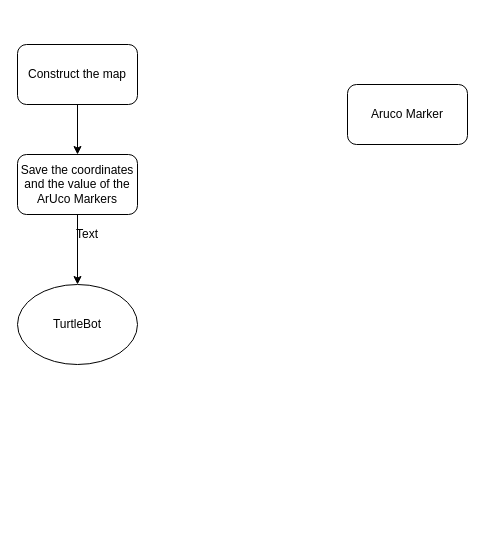
Earlier version of the draw.io diagram Untitled Diagram.drawio (ShutongJIN/turtlebot4landmark). Source tidied: cells renumbered, new cells numbered last; positions are measured from the earlier drawing's top-left corner, leaving out a move shared by most shapes. Both pictures are drawn from the tidied source at 100%, with x=0, y=0 at pixel (17, 44).
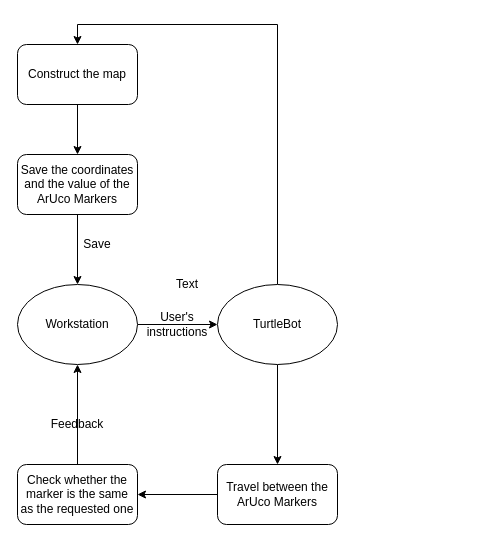
Above is the later version.

Unchanged cells that the change refers to:
```xml
<mxCell id="4" value="Construct the map" style="rounded=1;whiteSpace=wrap;html=1;" parent="1" vertex="1">
  <mxGeometry width="120" height="60" as="geometry" />
</mxCell>
```

What changed in the source:
```diff
@@
-    <mxCell id="2" value="Aruco Marker" style="rounded=1;whiteSpace=wrap;html=1;" parent="1" vertex="1">
-      <mxGeometry x="330" y="40" width="120" height="60" as="geometry" />
-    </mxCell>
@@
+    <mxCell id="9" style="edgeStyle=orthogonalEdgeStyle;rounded=0;jettySize=auto;html=1;" parent="1" edge="1" source="7" target="12">
+      <mxGeometry relative="1" as="geometry" />
+    </mxCell>
-    <mxCell id="7" value="TurtleBot" style="ellipse;whiteSpace=wrap;html=1;rounded=1;" parent="1" vertex="1">
+    <mxCell id="7" value="Workstation" style="ellipse;whiteSpace=wrap;html=1;rounded=1;" parent="1" vertex="1">
       <mxGeometry y="240" width="120" height="80" as="geometry" />
     </mxCell>
-    <mxCell id="8" value="Text" style="text;html=1;strokeColor=none;fillColor=none;align=center;verticalAlign=middle;whiteSpace=wrap;rounded=0;" parent="1" vertex="1">
-      <mxGeometry x="50" y="180" width="40" height="20" as="geometry" />
+    <mxCell id="8" value="Save" style="text;html=1;strokeColor=none;fillColor=none;align=center;verticalAlign=middle;whiteSpace=wrap;rounded=0;" parent="1" vertex="1">
+      <mxGeometry x="60" y="190" width="40" height="20" as="geometry" />
     </mxCell>
+    <mxCell id="10" style="edgeStyle=orthogonalEdgeStyle;rounded=0;jettySize=auto;html=1;" parent="1" edge="1" source="12" target="15">
+      <mxGeometry relative="1" as="geometry" />
+    </mxCell>
+    <mxCell id="11" style="edgeStyle=orthogonalEdgeStyle;rounded=0;jettySize=auto;html=1;entryX=0.5;entryY=0;entryDx=0;entryDy=0;" parent="1" edge="1" source="12" target="4">
+      <mxGeometry relative="1" as="geometry">
+        <Array as="points">
+          <mxPoint x="260" y="-20" />
+          <mxPoint x="60" y="-20" />
+        </Array>
+      </mxGeometry>
+    </mxCell>
+    <mxCell id="12" value="TurtleBot" style="ellipse;whiteSpace=wrap;html=1;rounded=1;" parent="1" vertex="1">
+      <mxGeometry x="200" y="240" width="120" height="80" as="geometry" />
+    </mxCell>
+    <mxCell id="13" value="User's instructions" style="text;html=1;strokeColor=none;fillColor=none;align=center;verticalAlign=middle;whiteSpace=wrap;rounded=0;" parent="1" vertex="1">
+      <mxGeometry x="140" y="255" width="40" height="50" as="geometry" />
+    </mxCell>
+    <mxCell id="14" style="edgeStyle=orthogonalEdgeStyle;rounded=0;jettySize=auto;html=1;" parent="1" edge="1" source="15" target="17">
+      <mxGeometry relative="1" as="geometry" />
+    </mxCell>
+    <mxCell id="15" value="Travel between the ArUco Markers" style="whiteSpace=wrap;html=1;rounded=1;" parent="1" vertex="1">
+      <mxGeometry x="200" y="420" width="120" height="60" as="geometry" />
+    </mxCell>
+    <mxCell id="16" style="edgeStyle=orthogonalEdgeStyle;rounded=0;jettySize=auto;html=1;" parent="1" edge="1" source="17" target="7">
+      <mxGeometry relative="1" as="geometry" />
+    </mxCell>
+    <mxCell id="17" value="Check whether the marker is the same as the requested one" style="whiteSpace=wrap;html=1;rounded=1;" parent="1" vertex="1">
+      <mxGeometry y="420" width="120" height="60" as="geometry" />
+    </mxCell>
+    <mxCell id="18" value="Text" style="text;html=1;strokeColor=none;fillColor=none;align=center;verticalAlign=middle;whiteSpace=wrap;rounded=0;" parent="1" vertex="1">
+      <mxGeometry x="150" y="230" width="40" height="20" as="geometry" />
+    </mxCell>
+    <mxCell id="19" value="Feedback" style="text;html=1;strokeColor=none;fillColor=none;align=center;verticalAlign=middle;whiteSpace=wrap;rounded=0;" parent="1" vertex="1">
+      <mxGeometry x="40" y="370" width="40" height="20" as="geometry" />
+    </mxCell>
```
